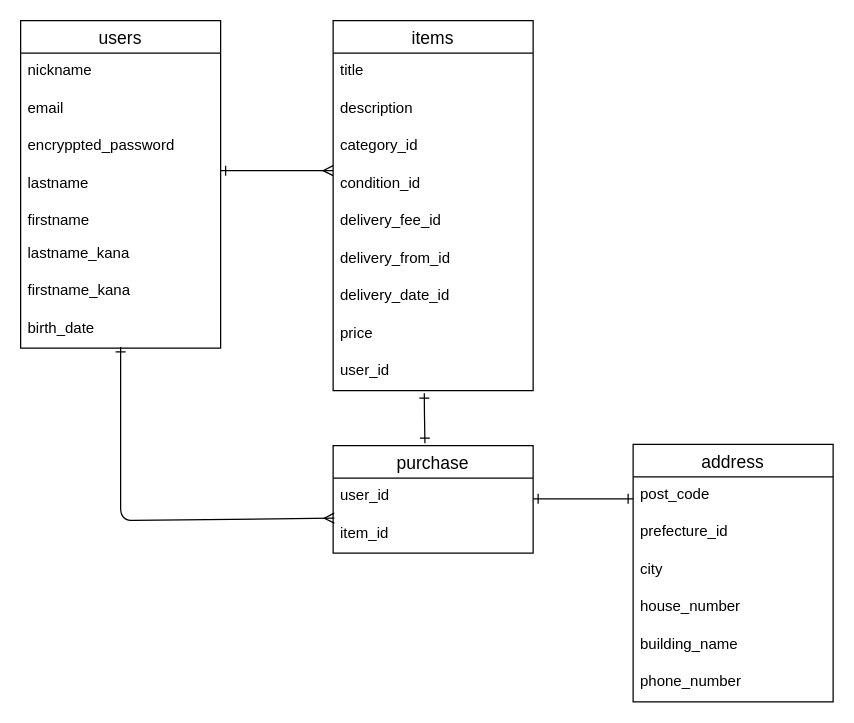
This is tables.dio from Suchon4031/furima-39308, a draw.io file, before an edit. Source tidied: cells renumbered, new cells numbered last; positions are measured from the earlier drawing's top-left corner, leaving out a move shared by most shapes. Both pictures are drawn from the tidied source at 125%, with x=0, y=0 at pixel (20, 20).
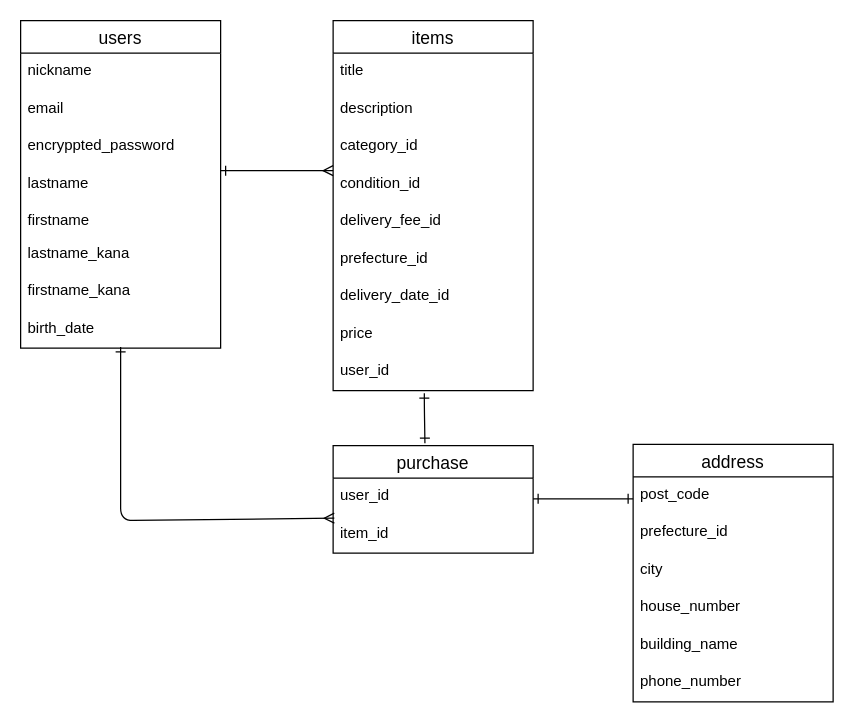
The same diagram, later.

Commit message (it also covers changes not shown here):
ER図とREADMEの修正②

The change refers to these unchanged cells:
```xml
<mxCell id="11" value="items" style="swimlane;fontStyle=0;horizontal=1;startSize=26;align=center;fontSize=14;" parent="1" vertex="1">
  <mxGeometry x="250" width="160" height="296" as="geometry" />
</mxCell>
```

What changed in the source:
```diff
@@
-    <mxCell id="17" value="delivery_from_id" style="text;strokeColor=none;fillColor=none;spacingLeft=4;spacingRight=4;overflow=hidden;fontSize=12;" parent="11" vertex="1">
+    <mxCell id="17" value="prefecture_id" style="text;strokeColor=none;fillColor=none;spacingLeft=4;spacingRight=4;overflow=hidden;fontSize=12;" parent="11" vertex="1">
       <mxGeometry y="176" width="160" height="30" as="geometry" />
     </mxCell>
```
